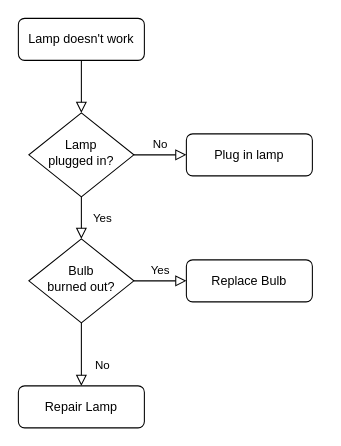
Before: 未命名绘图.drawio in shanfengy/textRepo, a draw.io diagram. Source tidied: cells renumbered, new cells numbered last; positions are measured from the earlier drawing's top-left corner, leaving out a move shared by most shapes. Both pictures are drawn from the tidied source at 105%, with x=0, y=0 at pixel (18, 18).
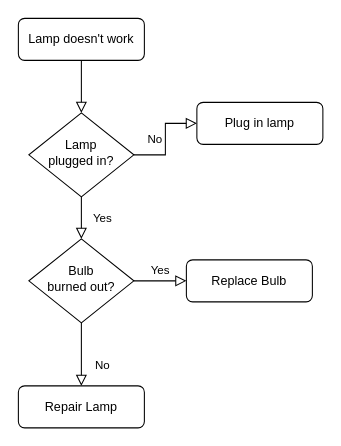
The same page after the edit.

What changed in the source:
```diff
@@
 <mxGraphModel>
   <root>
     <mxCell id="0" />
     <mxCell id="1" parent="0" />
     <mxCell id="2" style="rounded=0;html=1;jettySize=auto;fontSize=11;endArrow=block;endFill=0;endSize=8;strokeWidth=1;shadow=0;labelBackgroundColor=none;edgeStyle=orthogonalEdgeStyle;" parent="1" edge="1" source="3" target="6">
       <mxGeometry relative="1" as="geometry" />
     </mxCell>
     <mxCell id="3" value="Lamp doesn't work" style="rounded=1;whiteSpace=wrap;html=1;fontSize=12;glass=0;strokeWidth=1;shadow=0;" parent="1" vertex="1">
       <mxGeometry width="120" height="40" as="geometry" />
     </mxCell>
     <mxCell id="4" value="Yes" style="rounded=0;html=1;jettySize=auto;fontSize=11;endArrow=block;endFill=0;endSize=8;strokeWidth=1;shadow=0;labelBackgroundColor=none;edgeStyle=orthogonalEdgeStyle;" parent="1" edge="1" source="6" target="10">
       <mxGeometry y="20" relative="1" as="geometry" />
     </mxCell>
-    <mxCell id="5" value="No" style="edgeStyle=orthogonalEdgeStyle;rounded=0;html=1;jettySize=auto;fontSize=11;endArrow=block;endFill=0;endSize=8;strokeWidth=1;shadow=0;labelBackgroundColor=none;" parent="1" edge="1" source="6" target="7">
+    <mxCell id="5" value="No" style="edgeStyle=entityRelationEdgeStyle;rounded=0;html=1;jettySize=auto;fontSize=11;endArrow=block;endFill=0;endSize=8;strokeWidth=1;shadow=0;labelBackgroundColor=none;" parent="1" edge="1" source="6" target="7">
       <mxGeometry y="10" relative="1" as="geometry" />
     </mxCell>
     <mxCell id="6" value="Lamp&lt;br&gt;plugged in?" style="rhombus;whiteSpace=wrap;html=1;shadow=0;fontFamily=Helvetica;fontSize=12;align=center;strokeWidth=1;spacing=6;spacingTop=-4;" parent="1" vertex="1">
       <mxGeometry x="10" y="90" width="100" height="80" as="geometry" />
     </mxCell>
     <mxCell id="7" value="Plug in lamp" style="rounded=1;whiteSpace=wrap;html=1;fontSize=12;glass=0;strokeWidth=1;shadow=0;" parent="1" vertex="1">
-      <mxGeometry x="160" y="110" width="120" height="40" as="geometry" />
+      <mxGeometry x="170" y="80" width="120" height="40" as="geometry" />
     </mxCell>
     <mxCell id="8" value="No" style="rounded=0;html=1;jettySize=auto;fontSize=11;endArrow=block;endFill=0;endSize=8;strokeWidth=1;shadow=0;labelBackgroundColor=none;edgeStyle=orthogonalEdgeStyle;" parent="1" edge="1" source="10" target="11">
       <mxGeometry x="0.33" y="20" relative="1" as="geometry" />
     </mxCell>
     <mxCell id="9" value="Yes" style="edgeStyle=orthogonalEdgeStyle;rounded=0;html=1;jettySize=auto;fontSize=11;endArrow=block;endFill=0;endSize=8;strokeWidth=1;shadow=0;labelBackgroundColor=none;" parent="1" edge="1" source="10" target="12">
       <mxGeometry y="10" relative="1" as="geometry" />
     </mxCell>
     <mxCell id="10" value="Bulb&lt;br&gt;burned out?" style="rhombus;whiteSpace=wrap;html=1;shadow=0;fontFamily=Helvetica;fontSize=12;align=center;strokeWidth=1;spacing=6;spacingTop=-4;" parent="1" vertex="1">
       <mxGeometry x="10" y="210" width="100" height="80" as="geometry" />
     </mxCell>
     <mxCell id="11" value="Repair Lamp" style="rounded=1;whiteSpace=wrap;html=1;fontSize=12;glass=0;strokeWidth=1;shadow=0;" parent="1" vertex="1">
       <mxGeometry y="350" width="120" height="40" as="geometry" />
     </mxCell>
     <mxCell id="12" value="Replace Bulb" style="rounded=1;whiteSpace=wrap;html=1;fontSize=12;glass=0;strokeWidth=1;shadow=0;" parent="1" vertex="1">
       <mxGeometry x="160" y="230" width="120" height="40" as="geometry" />
     </mxCell>
   </root>
 </mxGraphModel>
```
